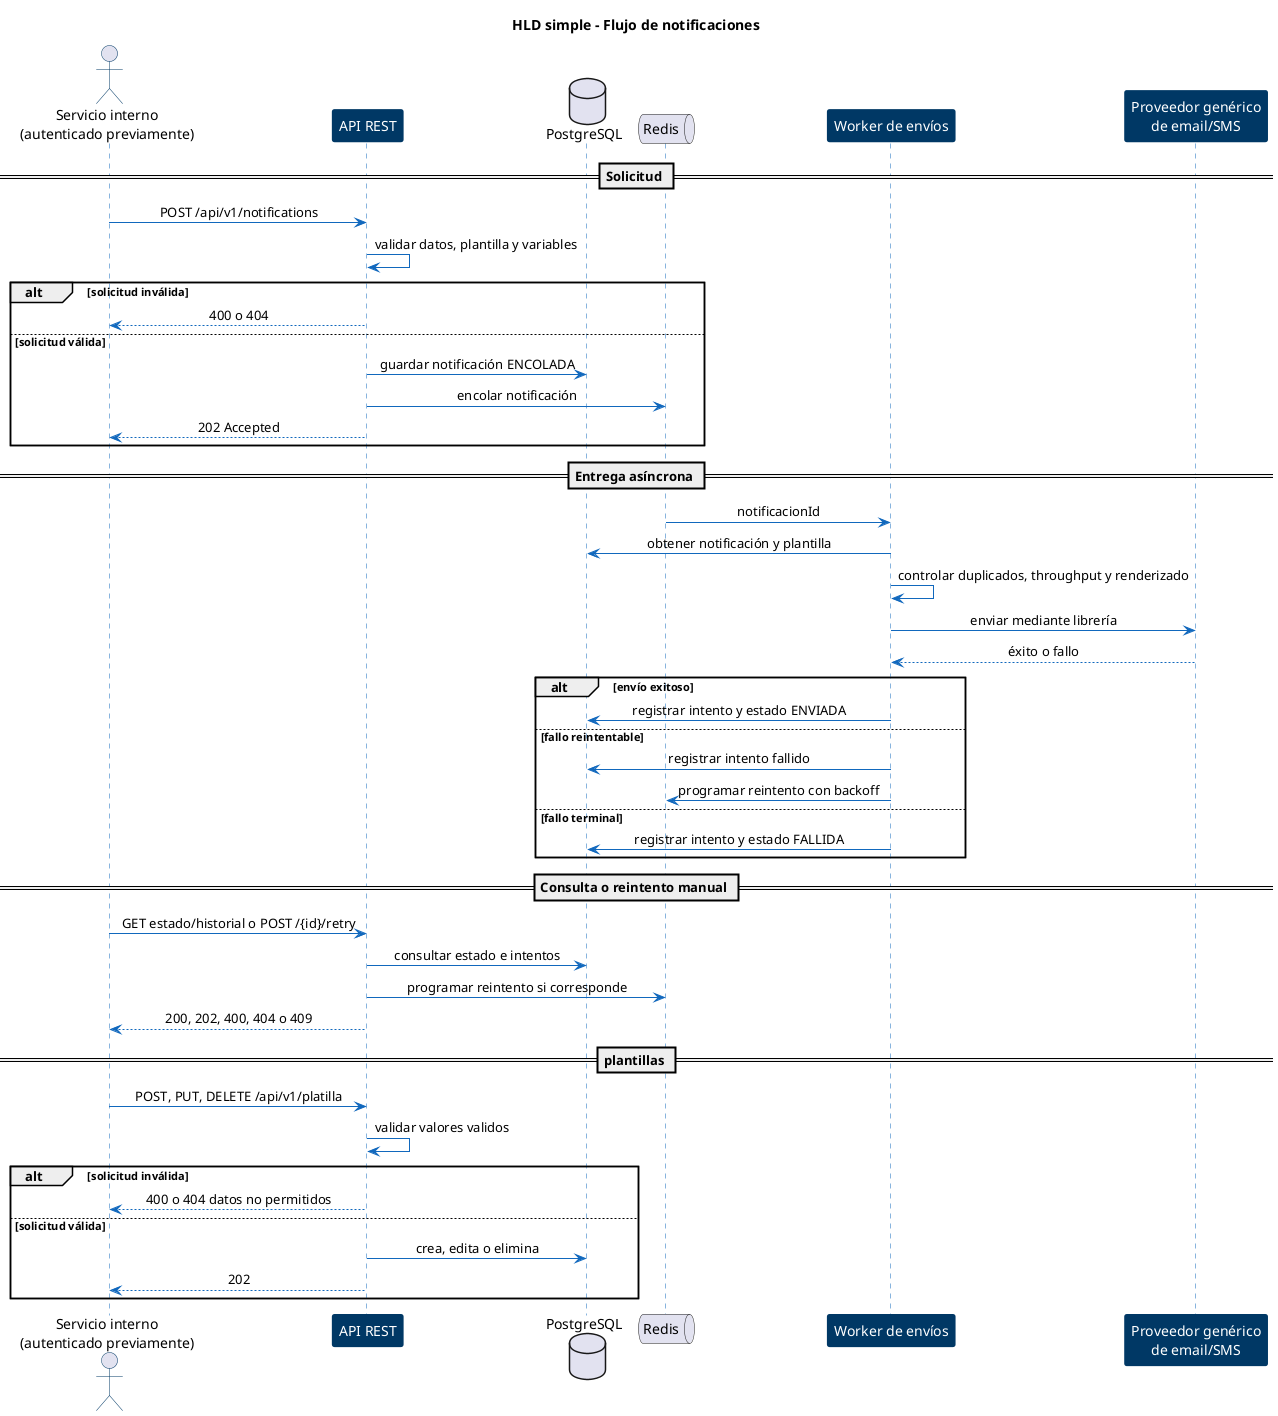
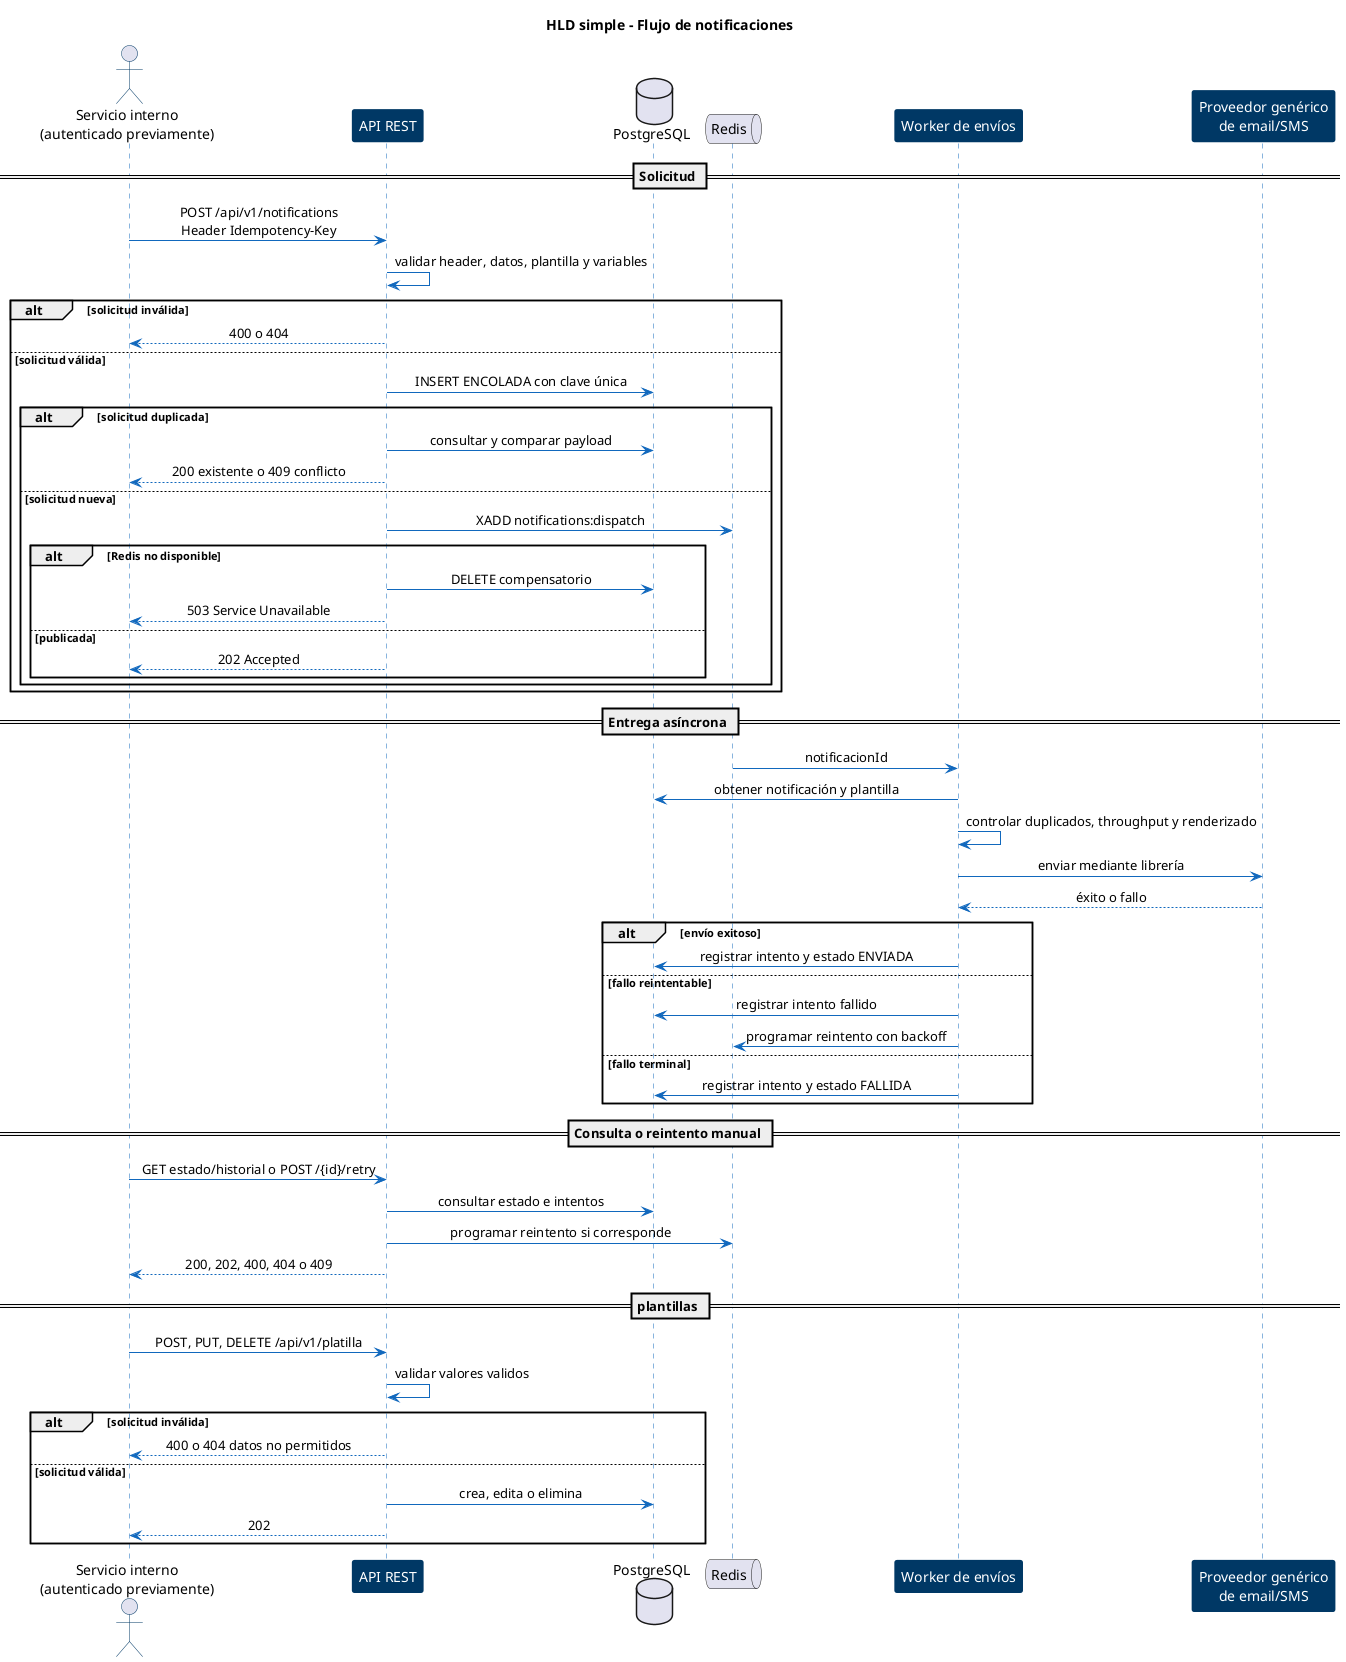
@startuml notificaciones-05-hld-secuencia
skinparam backgroundColor #FFFFFF
skinparam shadowing false
skinparam sequenceMessageAlign center
skinparam sequence {
    ArrowColor #1168BD
    LifeLineBorderColor #1168BD
    ParticipantBorderColor #003865
    ParticipantBackgroundColor #003865
    ParticipantFontColor #FFFFFF
    ActorBorderColor #003865
}

title HLD simple - Flujo de notificaciones

actor "Servicio interno\n(autenticado previamente)" as emisor
participant "API REST" as api
database "PostgreSQL" as db
queue "Redis" as redis
participant "Worker de envíos" as worker
participant "Proveedor genérico\nde email/SMS" as proveedor

== Solicitud ==
- emisor -> api : POST /api/v1/notifications
- api -> api : validar datos, plantilla y variables
+ emisor -> api : POST /api/v1/notifications\nHeader Idempotency-Key
+ api -> api : validar header, datos, plantilla y variables

alt solicitud inválida
    api --> emisor : 400 o 404
else solicitud válida
-     api -> db : guardar notificación ENCOLADA
-     api -> redis : encolar notificación
-     api --> emisor : 202 Accepted
+     api -> db : INSERT ENCOLADA con clave única
+     alt solicitud duplicada
+         api -> db : consultar y comparar payload
+         api --> emisor : 200 existente o 409 conflicto
+     else solicitud nueva
+         api -> redis : XADD notifications:dispatch
+         alt Redis no disponible
+             api -> db : DELETE compensatorio
+             api --> emisor : 503 Service Unavailable
+         else publicada
+             api --> emisor : 202 Accepted
+         end
+     end
end

== Entrega asíncrona ==
redis -> worker : notificacionId
worker -> db : obtener notificación y plantilla
worker -> worker : controlar duplicados, throughput y renderizado
worker -> proveedor : enviar mediante librería
proveedor --> worker : éxito o fallo

alt envío exitoso
    worker -> db : registrar intento y estado ENVIADA
else fallo reintentable
    worker -> db : registrar intento fallido
    worker -> redis : programar reintento con backoff
else fallo terminal
    worker -> db : registrar intento y estado FALLIDA
end

== Consulta o reintento manual ==
emisor -> api : GET estado/historial o POST /{id}/retry
api -> db : consultar estado e intentos
api -> redis : programar reintento si corresponde
api --> emisor : 200, 202, 400, 404 o 409



== plantillas ==
emisor -> api : POST, PUT, DELETE /api/v1/platilla
api -> api : validar valores validos

    alt solicitud inválida
        api --> emisor : 400 o 404 datos no permitidos
    else solicitud válida
        api -> db : crea, edita o elimina
        api --> emisor : 202
    end

@enduml
